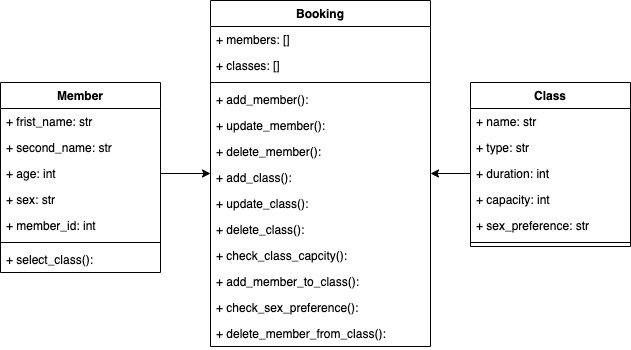
Before: Plan/Diagrams/class_diagram.png, a diagram exported from draw.io (BrockBaron/Baronos-Gym). Source tidied: cells renumbered, new cells last; positions are measured from the earlier drawing's top-left corner, leaving out a move shared by most shapes. The source it was exported from:
```xml
<mxGraphModel>
  <root>
    <mxCell id="0" />
    <mxCell id="1" parent="0" />
    <mxCell id="2" value="Member" style="swimlane;fontStyle=1;align=center;verticalAlign=top;horizontal=1;startSize=26;" parent="1" vertex="1">
      <mxGeometry y="82" width="160" height="190" as="geometry" />
    </mxCell>
    <mxCell id="3" value="+ frist_name: str" style="text;strokeColor=none;fillColor=none;align=left;verticalAlign=top;spacingLeft=4;spacingRight=4;overflow=hidden;" parent="2" vertex="1">
      <mxGeometry y="26" width="160" height="26" as="geometry" />
    </mxCell>
    <mxCell id="4" value="+ second_name: str" style="text;strokeColor=none;fillColor=none;align=left;verticalAlign=top;spacingLeft=4;spacingRight=4;overflow=hidden;" parent="2" vertex="1">
      <mxGeometry y="52" width="160" height="26" as="geometry" />
    </mxCell>
    <mxCell id="5" value="+ age: int" style="text;strokeColor=none;fillColor=none;align=left;verticalAlign=top;spacingLeft=4;spacingRight=4;overflow=hidden;points=[[0,0.5],[1,0.5]];portConstraint=eastwest;" parent="2" vertex="1">
      <mxGeometry y="78" width="160" height="26" as="geometry" />
    </mxCell>
    <mxCell id="6" value="+ sex: str" style="text;strokeColor=none;fillColor=none;align=left;verticalAlign=top;spacingLeft=4;spacingRight=4;overflow=hidden;" parent="2" vertex="1">
      <mxGeometry y="104" width="160" height="26" as="geometry" />
    </mxCell>
    <mxCell id="7" value="+ member_id: int" style="text;strokeColor=none;fillColor=none;align=left;verticalAlign=top;spacingLeft=4;spacingRight=4;overflow=hidden;" parent="2" vertex="1">
      <mxGeometry y="130" width="160" height="26" as="geometry" />
    </mxCell>
    <mxCell id="8" style="line;strokeWidth=1;fillColor=none;align=left;verticalAlign=middle;spacingTop=-1;spacingLeft=3;spacingRight=3;labelPosition=right;" parent="2" vertex="1">
      <mxGeometry y="156" width="160" height="8" as="geometry" />
    </mxCell>
    <mxCell id="9" value="+ select_class(): " style="text;strokeColor=none;fillColor=none;align=left;verticalAlign=top;spacingLeft=4;spacingRight=4;overflow=hidden;" parent="2" vertex="1">
      <mxGeometry y="164" width="160" height="26" as="geometry" />
    </mxCell>
    <mxCell id="10" value="Class" style="swimlane;fontStyle=1;align=center;verticalAlign=top;horizontal=1;startSize=26;" parent="1" vertex="1">
      <mxGeometry x="470" y="82" width="160" height="164" as="geometry" />
    </mxCell>
    <mxCell id="11" value="+ name: str" style="text;strokeColor=none;fillColor=none;align=left;verticalAlign=top;spacingLeft=4;spacingRight=4;overflow=hidden;" parent="10" vertex="1">
      <mxGeometry y="26" width="160" height="26" as="geometry" />
    </mxCell>
    <mxCell id="12" value="+ type: str" style="text;strokeColor=none;fillColor=none;align=left;verticalAlign=top;spacingLeft=4;spacingRight=4;overflow=hidden;" parent="10" vertex="1">
      <mxGeometry y="52" width="160" height="26" as="geometry" />
    </mxCell>
    <mxCell id="13" value="+ duration: int" style="text;strokeColor=none;fillColor=none;align=left;verticalAlign=top;spacingLeft=4;spacingRight=4;overflow=hidden;points=[[0,0.5],[1,0.5]];portConstraint=eastwest;" parent="10" vertex="1">
      <mxGeometry y="78" width="160" height="26" as="geometry" />
    </mxCell>
    <mxCell id="14" value="+ capacity: int" style="text;strokeColor=none;fillColor=none;align=left;verticalAlign=top;spacingLeft=4;spacingRight=4;overflow=hidden;" parent="10" vertex="1">
      <mxGeometry y="104" width="160" height="26" as="geometry" />
    </mxCell>
    <mxCell id="15" value="+ sex_preference: str" style="text;strokeColor=none;fillColor=none;align=left;verticalAlign=top;spacingLeft=4;spacingRight=4;overflow=hidden;" parent="10" vertex="1">
      <mxGeometry y="130" width="160" height="26" as="geometry" />
    </mxCell>
    <mxCell id="16" style="line;strokeWidth=1;fillColor=none;align=left;verticalAlign=middle;spacingTop=-1;spacingLeft=3;spacingRight=3;labelPosition=right;" parent="10" vertex="1">
      <mxGeometry y="156" width="160" height="8" as="geometry" />
    </mxCell>
    <mxCell id="17" value="Booking" style="swimlane;fontStyle=1;align=center;verticalAlign=top;horizontal=1;startSize=26;" parent="1" vertex="1">
      <mxGeometry x="210" width="220" height="346" as="geometry" />
    </mxCell>
    <mxCell id="18" value="+ members: []" style="text;strokeColor=none;fillColor=none;align=left;verticalAlign=top;spacingLeft=4;spacingRight=4;overflow=hidden;" parent="17" vertex="1">
      <mxGeometry y="26" width="220" height="26" as="geometry" />
    </mxCell>
    <mxCell id="19" value="+ classes: []" style="text;strokeColor=none;fillColor=none;align=left;verticalAlign=top;spacingLeft=4;spacingRight=4;overflow=hidden;" parent="17" vertex="1">
      <mxGeometry y="52" width="220" height="26" as="geometry" />
    </mxCell>
    <mxCell id="20" style="line;strokeWidth=1;fillColor=none;align=left;verticalAlign=middle;spacingTop=-1;spacingLeft=3;spacingRight=3;labelPosition=right;" parent="17" vertex="1">
      <mxGeometry y="78" width="220" height="8" as="geometry" />
    </mxCell>
    <mxCell id="21" value="+ add_member(): " style="text;strokeColor=none;fillColor=none;align=left;verticalAlign=top;spacingLeft=4;spacingRight=4;overflow=hidden;" parent="17" vertex="1">
      <mxGeometry y="86" width="220" height="26" as="geometry" />
    </mxCell>
    <mxCell id="22" value="+ update_member(): " style="text;strokeColor=none;fillColor=none;align=left;verticalAlign=top;spacingLeft=4;spacingRight=4;overflow=hidden;" parent="17" vertex="1">
      <mxGeometry y="112" width="220" height="26" as="geometry" />
    </mxCell>
    <mxCell id="23" value="+ delete_member(): " style="text;strokeColor=none;fillColor=none;align=left;verticalAlign=top;spacingLeft=4;spacingRight=4;overflow=hidden;" parent="17" vertex="1">
      <mxGeometry y="138" width="220" height="26" as="geometry" />
    </mxCell>
    <mxCell id="24" value="+ add_class(): " style="text;strokeColor=none;fillColor=none;align=left;verticalAlign=top;spacingLeft=4;spacingRight=4;overflow=hidden;" parent="17" vertex="1">
      <mxGeometry y="164" width="220" height="26" as="geometry" />
    </mxCell>
    <mxCell id="25" value="+ update_class(): " style="text;strokeColor=none;fillColor=none;align=left;verticalAlign=top;spacingLeft=4;spacingRight=4;overflow=hidden;" parent="17" vertex="1">
      <mxGeometry y="190" width="220" height="26" as="geometry" />
    </mxCell>
    <mxCell id="26" value="+ delete_class(): " style="text;strokeColor=none;fillColor=none;align=left;verticalAlign=top;spacingLeft=4;spacingRight=4;overflow=hidden;" parent="17" vertex="1">
      <mxGeometry y="216" width="220" height="26" as="geometry" />
    </mxCell>
    <mxCell id="27" value="+ check_class_capcity(): " style="text;strokeColor=none;fillColor=none;align=left;verticalAlign=top;spacingLeft=4;spacingRight=4;overflow=hidden;" parent="17" vertex="1">
      <mxGeometry y="242" width="220" height="26" as="geometry" />
    </mxCell>
    <mxCell id="28" value="+ add_member_to_class(): " style="text;strokeColor=none;fillColor=none;align=left;verticalAlign=top;spacingLeft=4;spacingRight=4;overflow=hidden;" parent="17" vertex="1">
      <mxGeometry y="268" width="220" height="26" as="geometry" />
    </mxCell>
    <mxCell id="29" value="+ check_sex_preference(): " style="text;strokeColor=none;fillColor=none;align=left;verticalAlign=top;spacingLeft=4;spacingRight=4;overflow=hidden;" parent="17" vertex="1">
      <mxGeometry y="294" width="220" height="26" as="geometry" />
    </mxCell>
    <mxCell id="30" value="+ delete_member_from_class(): " style="text;strokeColor=none;fillColor=none;align=left;verticalAlign=top;spacingLeft=4;spacingRight=4;overflow=hidden;" parent="17" vertex="1">
      <mxGeometry y="320" width="220" height="26" as="geometry" />
    </mxCell>
    <mxCell id="31" style="edgeStyle=orthogonalEdgeStyle;rounded=0;jettySize=auto;html=1;exitX=1;exitY=0.5;exitDx=0;exitDy=0;" parent="1" edge="1" source="5" target="17">
      <mxGeometry relative="1" as="geometry" />
    </mxCell>
    <mxCell id="32" style="edgeStyle=orthogonalEdgeStyle;rounded=0;jettySize=auto;html=1;exitX=0;exitY=0.5;exitDx=0;exitDy=0;" parent="1" edge="1" source="13" target="17">
      <mxGeometry relative="1" as="geometry" />
    </mxCell>
  </root>
</mxGraphModel>
```
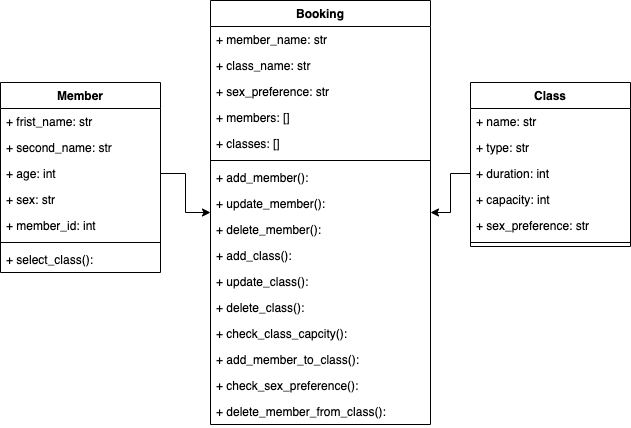
Above is the later version.

Commit message:
member repo save/add

What changed in the source:
```diff
@@ -48,46 +48,55 @@
       <mxGeometry y="156" width="160" height="8" as="geometry" />
     </mxCell>
     <mxCell id="17" value="Booking" style="swimlane;fontStyle=1;align=center;verticalAlign=top;horizontal=1;startSize=26;" parent="1" vertex="1">
-      <mxGeometry x="210" width="220" height="346" as="geometry" />
+      <mxGeometry x="210" width="220" height="424" as="geometry" />
     </mxCell>
+    <mxCell id="33" value="+ member_name: str" style="text;strokeColor=none;fillColor=none;align=left;verticalAlign=top;spacingLeft=4;spacingRight=4;overflow=hidden;" parent="17" vertex="1">
+      <mxGeometry y="26" width="220" height="26" as="geometry" />
+    </mxCell>
+    <mxCell id="34" value="+ class_name: str" style="text;strokeColor=none;fillColor=none;align=left;verticalAlign=top;spacingLeft=4;spacingRight=4;overflow=hidden;" parent="17" vertex="1">
+      <mxGeometry y="52" width="220" height="26" as="geometry" />
+    </mxCell>
+    <mxCell id="35" value="+ sex_preference: str" style="text;strokeColor=none;fillColor=none;align=left;verticalAlign=top;spacingLeft=4;spacingRight=4;overflow=hidden;" parent="17" vertex="1">
+      <mxGeometry y="78" width="220" height="26" as="geometry" />
+    </mxCell>
     <mxCell id="18" value="+ members: []" style="text;strokeColor=none;fillColor=none;align=left;verticalAlign=top;spacingLeft=4;spacingRight=4;overflow=hidden;" parent="17" vertex="1">
-      <mxGeometry y="26" width="220" height="26" as="geometry" />
+      <mxGeometry y="104" width="220" height="26" as="geometry" />
     </mxCell>
     <mxCell id="19" value="+ classes: []" style="text;strokeColor=none;fillColor=none;align=left;verticalAlign=top;spacingLeft=4;spacingRight=4;overflow=hidden;" parent="17" vertex="1">
-      <mxGeometry y="52" width="220" height="26" as="geometry" />
+      <mxGeometry y="130" width="220" height="26" as="geometry" />
     </mxCell>
     <mxCell id="20" style="line;strokeWidth=1;fillColor=none;align=left;verticalAlign=middle;spacingTop=-1;spacingLeft=3;spacingRight=3;labelPosition=right;" parent="17" vertex="1">
-      <mxGeometry y="78" width="220" height="8" as="geometry" />
+      <mxGeometry y="156" width="220" height="8" as="geometry" />
     </mxCell>
     <mxCell id="21" value="+ add_member(): " style="text;strokeColor=none;fillColor=none;align=left;verticalAlign=top;spacingLeft=4;spacingRight=4;overflow=hidden;" parent="17" vertex="1">
-      <mxGeometry y="86" width="220" height="26" as="geometry" />
+      <mxGeometry y="164" width="220" height="26" as="geometry" />
     </mxCell>
     <mxCell id="22" value="+ update_member(): " style="text;strokeColor=none;fillColor=none;align=left;verticalAlign=top;spacingLeft=4;spacingRight=4;overflow=hidden;" parent="17" vertex="1">
-      <mxGeometry y="112" width="220" height="26" as="geometry" />
+      <mxGeometry y="190" width="220" height="26" as="geometry" />
     </mxCell>
     <mxCell id="23" value="+ delete_member(): " style="text;strokeColor=none;fillColor=none;align=left;verticalAlign=top;spacingLeft=4;spacingRight=4;overflow=hidden;" parent="17" vertex="1">
-      <mxGeometry y="138" width="220" height="26" as="geometry" />
+      <mxGeometry y="216" width="220" height="26" as="geometry" />
     </mxCell>
     <mxCell id="24" value="+ add_class(): " style="text;strokeColor=none;fillColor=none;align=left;verticalAlign=top;spacingLeft=4;spacingRight=4;overflow=hidden;" parent="17" vertex="1">
-      <mxGeometry y="164" width="220" height="26" as="geometry" />
+      <mxGeometry y="242" width="220" height="26" as="geometry" />
     </mxCell>
     <mxCell id="25" value="+ update_class(): " style="text;strokeColor=none;fillColor=none;align=left;verticalAlign=top;spacingLeft=4;spacingRight=4;overflow=hidden;" parent="17" vertex="1">
-      <mxGeometry y="190" width="220" height="26" as="geometry" />
+      <mxGeometry y="268" width="220" height="26" as="geometry" />
     </mxCell>
     <mxCell id="26" value="+ delete_class(): " style="text;strokeColor=none;fillColor=none;align=left;verticalAlign=top;spacingLeft=4;spacingRight=4;overflow=hidden;" parent="17" vertex="1">
-      <mxGeometry y="216" width="220" height="26" as="geometry" />
+      <mxGeometry y="294" width="220" height="26" as="geometry" />
     </mxCell>
     <mxCell id="27" value="+ check_class_capcity(): " style="text;strokeColor=none;fillColor=none;align=left;verticalAlign=top;spacingLeft=4;spacingRight=4;overflow=hidden;" parent="17" vertex="1">
-      <mxGeometry y="242" width="220" height="26" as="geometry" />
+      <mxGeometry y="320" width="220" height="26" as="geometry" />
     </mxCell>
     <mxCell id="28" value="+ add_member_to_class(): " style="text;strokeColor=none;fillColor=none;align=left;verticalAlign=top;spacingLeft=4;spacingRight=4;overflow=hidden;" parent="17" vertex="1">
-      <mxGeometry y="268" width="220" height="26" as="geometry" />
+      <mxGeometry y="346" width="220" height="26" as="geometry" />
     </mxCell>
     <mxCell id="29" value="+ check_sex_preference(): " style="text;strokeColor=none;fillColor=none;align=left;verticalAlign=top;spacingLeft=4;spacingRight=4;overflow=hidden;" parent="17" vertex="1">
-      <mxGeometry y="294" width="220" height="26" as="geometry" />
+      <mxGeometry y="372" width="220" height="26" as="geometry" />
     </mxCell>
     <mxCell id="30" value="+ delete_member_from_class(): " style="text;strokeColor=none;fillColor=none;align=left;verticalAlign=top;spacingLeft=4;spacingRight=4;overflow=hidden;" parent="17" vertex="1">
-      <mxGeometry y="320" width="220" height="26" as="geometry" />
+      <mxGeometry y="398" width="220" height="26" as="geometry" />
     </mxCell>
     <mxCell id="31" style="edgeStyle=orthogonalEdgeStyle;rounded=0;jettySize=auto;html=1;exitX=1;exitY=0.5;exitDx=0;exitDy=0;" parent="1" edge="1" source="5" target="17">
       <mxGeometry relative="1" as="geometry" />
```
